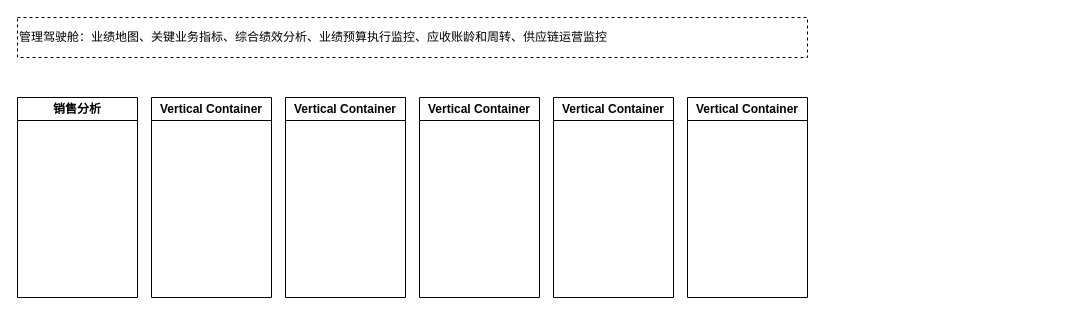
The draw.io diagram zym-报表&BI架构.drawio in ztacode/drawio, before the edit. Source tidied: cells renumbered, new cells numbered last; positions are measured from the earlier drawing's top-left corner, leaving out a move shared by most shapes. Both pictures are drawn from the tidied source at 100%, with x=0, y=0 at pixel (17, 17).
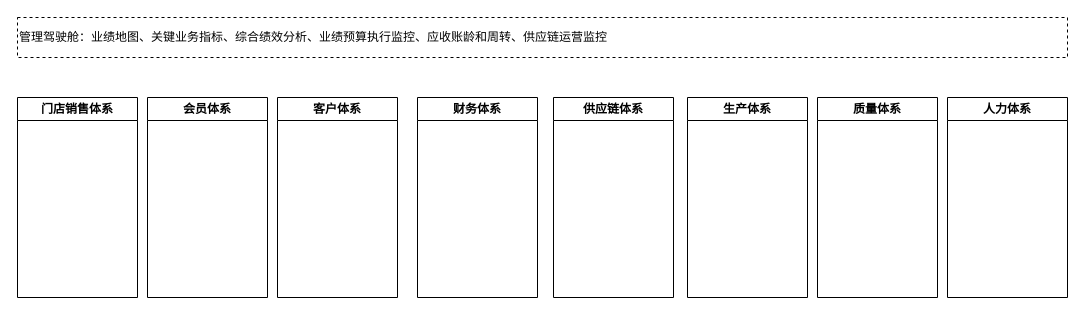
The same page after the edit.

Commit message (it also covers changes not shown here):
更新zym-报表&BI架构.drawio

What changed in the source:
```diff
@@
 <mxGraphModel>
   <root>
     <mxCell id="0" />
     <mxCell id="1" parent="0" />
-    <mxCell id="2" value="销售分析" style="swimlane;whiteSpace=wrap;html=1;" parent="1" vertex="1">
+    <mxCell id="2" value="门店销售体系" style="swimlane;whiteSpace=wrap;html=1;" parent="1" vertex="1">
       <mxGeometry y="80" width="120" height="200" as="geometry" />
     </mxCell>
-    <mxCell id="3" value="Vertical Container" style="swimlane;whiteSpace=wrap;html=1;" parent="1" vertex="1">
-      <mxGeometry x="134" y="80" width="120" height="200" as="geometry" />
+    <mxCell id="3" value="财务体系" style="swimlane;whiteSpace=wrap;html=1;" parent="1" vertex="1">
+      <mxGeometry x="400" y="80" width="120" height="200" as="geometry" />
     </mxCell>
-    <mxCell id="4" value="Vertical Container" style="swimlane;whiteSpace=wrap;html=1;" parent="1" vertex="1">
-      <mxGeometry x="268" y="80" width="120" height="200" as="geometry" />
+    <mxCell id="4" value="会员体系" style="swimlane;whiteSpace=wrap;html=1;" parent="1" vertex="1">
+      <mxGeometry x="130" y="80" width="120" height="200" as="geometry" />
     </mxCell>
-    <mxCell id="5" value="Vertical Container" style="swimlane;whiteSpace=wrap;html=1;" parent="1" vertex="1">
-      <mxGeometry x="402" y="80" width="120" height="200" as="geometry" />
+    <mxCell id="5" value="客户体系" style="swimlane;whiteSpace=wrap;html=1;" parent="1" vertex="1">
+      <mxGeometry x="260" y="80" width="120" height="200" as="geometry" />
     </mxCell>
-    <mxCell id="6" value="Vertical Container" style="swimlane;whiteSpace=wrap;html=1;" parent="1" vertex="1">
+    <mxCell id="6" value="供应链体系" style="swimlane;whiteSpace=wrap;html=1;" parent="1" vertex="1">
       <mxGeometry x="536" y="80" width="120" height="200" as="geometry" />
     </mxCell>
-    <mxCell id="7" value="Vertical Container" style="swimlane;whiteSpace=wrap;html=1;" parent="1" vertex="1">
+    <mxCell id="7" value="生产体系" style="swimlane;whiteSpace=wrap;html=1;" parent="1" vertex="1">
       <mxGeometry x="670" y="80" width="120" height="200" as="geometry" />
     </mxCell>
     <mxCell id="8" value="管理驾驶舱：业绩地图、关键业务指标、综合绩效分析、业绩预算执行监控、应收账龄和周转、供应链运营监控" style="rounded=0;whiteSpace=wrap;html=1;dashed=1;align=left;" parent="1" vertex="1">
-      <mxGeometry width="790" height="40" as="geometry" />
+      <mxGeometry width="1050" height="40" as="geometry" />
     </mxCell>
+    <mxCell id="9" value="质量体系" style="swimlane;whiteSpace=wrap;html=1;" parent="1" vertex="1">
+      <mxGeometry x="800" y="80" width="120" height="200" as="geometry" />
+    </mxCell>
+    <mxCell id="10" value="人力体系" style="swimlane;whiteSpace=wrap;html=1;" parent="1" vertex="1">
+      <mxGeometry x="930" y="80" width="120" height="200" as="geometry" />
+    </mxCell>
   </root>
 </mxGraphModel>
```
